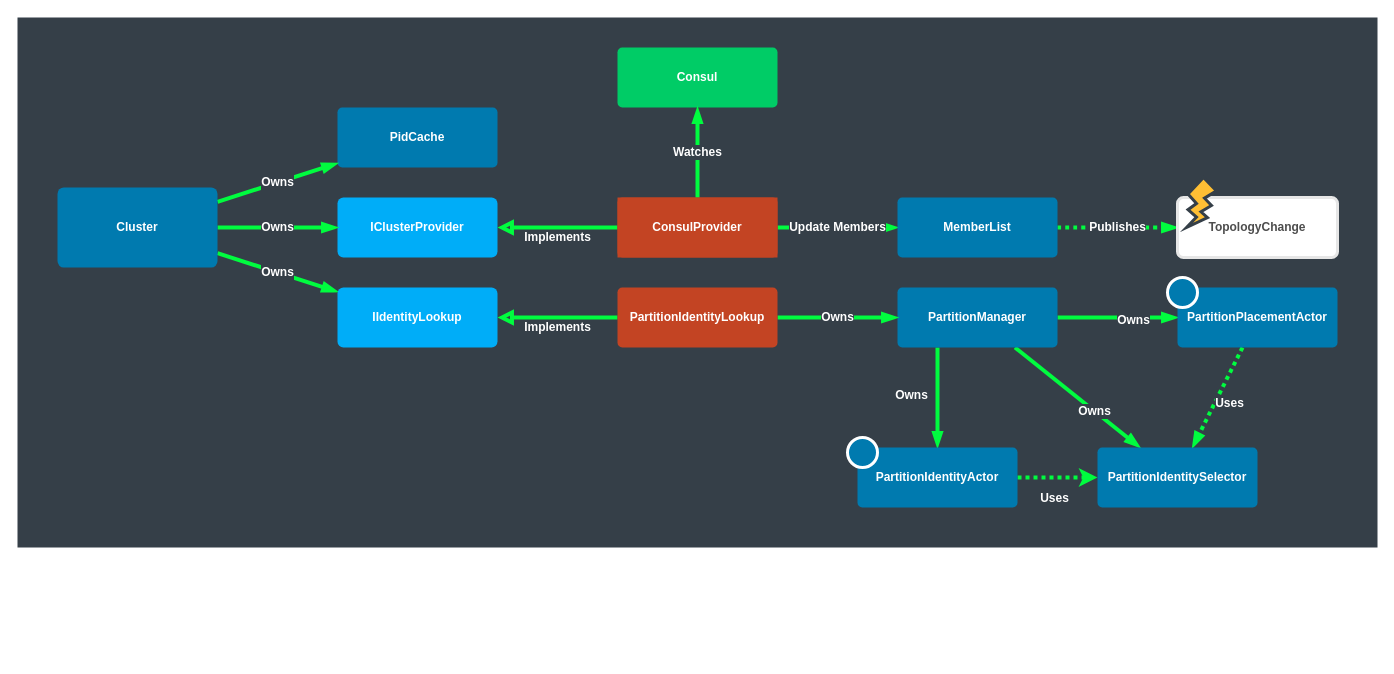
This is page "cluster-architecture" (13 of 13) of hugo/content/docs/cluster/intro/clusterintro.drawio from asynkron/protoactor-website, a draw.io file, before an edit. Source tidied: cells renumbered, new cells numbered last; positions are measured from the earlier drawing's top-left corner, leaving out a move shared by most shapes. Both pictures are drawn from the tidied source at 100%, with x=0, y=0 at pixel (17, 17).
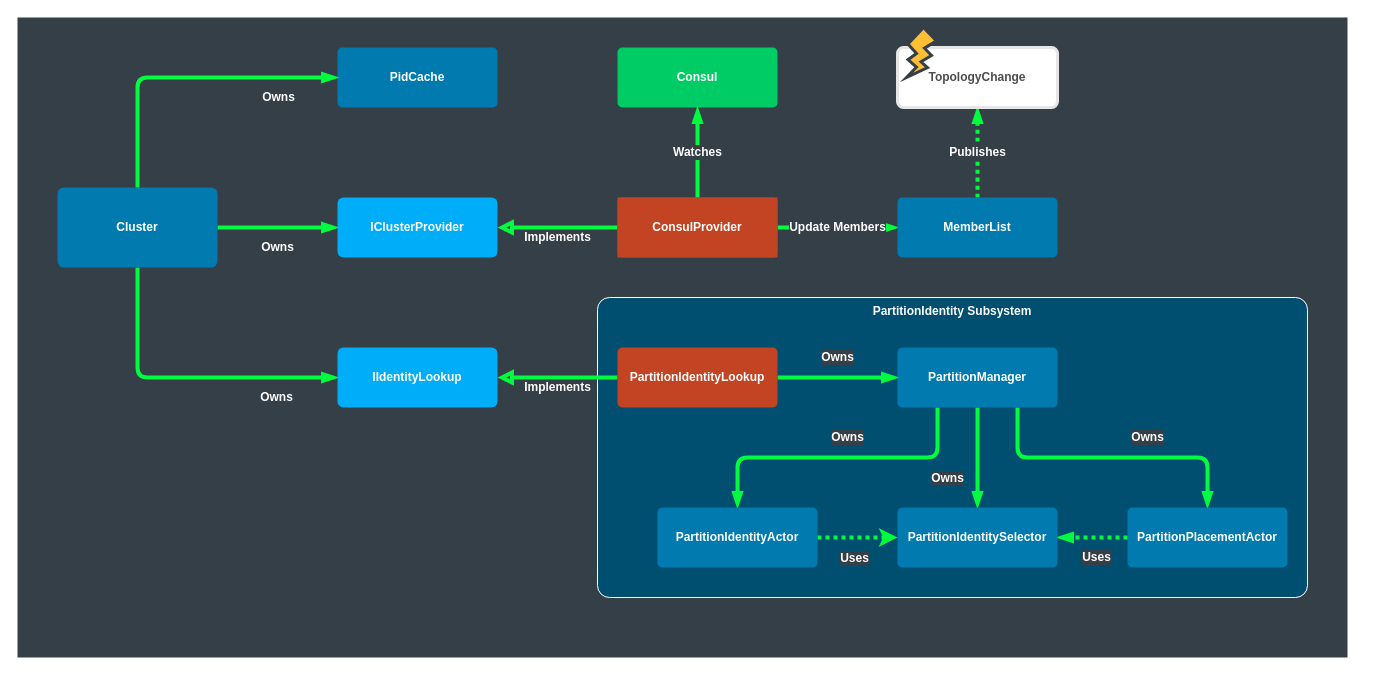
The same page after the edit.

Unchanged cells that the change refers to:
```xml
<mxCell id="4" value="IClusterProvider" style="rounded=1;whiteSpace=wrap;html=1;strokeColor=none;fontStyle=1;fontColor=#FFFFFF;fillColor=#00ADF8;arcSize=10;" parent="1" vertex="1">
  <mxGeometry x="320" y="180" width="160" height="60" as="geometry" />
</mxCell>
<mxCell id="18" value="Cluster" style="rounded=1;whiteSpace=wrap;html=1;fontStyle=1;strokeColor=none;fontColor=#FFFFFF;fillColor=#007AAF;arcSize=8;" parent="1" vertex="1">
  <mxGeometry x="40" y="170" width="160" height="80" as="geometry" />
</mxCell>
```

Diff of the diagram source:
```diff
@@
     <mxCell id="2" style="rounded=0;whiteSpace=wrap;html=1;fontColor=#FFFFFF;strokeColor=none;fillColor=#353F48;" parent="1" vertex="1">
-      <mxGeometry width="1360" height="530" as="geometry" />
+      <mxGeometry width="1330" height="640" as="geometry" />
     </mxCell>
+    <mxCell id="35" value="PartitionIdentity Subsystem" style="rounded=1;whiteSpace=wrap;html=1;shadow=0;glass=0;strokeWidth=1;fontSize=12;arcSize=4;verticalAlign=top;fontColor=#FFFFFF;fontStyle=1;fillColor=#004F70;strokeColor=#FFFFFF;" parent="1" vertex="1">
+      <mxGeometry x="580" y="280" width="710" height="300" as="geometry" />
+    </mxCell>
@@
     <mxCell id="8" value="PidCache" style="rounded=1;whiteSpace=wrap;html=1;fontStyle=1;strokeColor=none;fontColor=#FFFFFF;fillColor=#007AAF;arcSize=8;" parent="1" vertex="1">
-      <mxGeometry x="320" y="90" width="160" height="60" as="geometry" />
+      <mxGeometry x="320" y="30" width="160" height="60" as="geometry" />
     </mxCell>
-    <mxCell id="9" value="Owns" style="rounded=0;jettySize=auto;html=1;exitX=0.25;exitY=1;exitDx=0;exitDy=0;entryX=0.5;entryY=0;entryDx=0;entryDy=0;endArrow=blockThin;endFill=1;strokeColor=#00FC3F;strokeWidth=4;fontStyle=1;fontColor=#FFFFFF;labelBackgroundColor=#353F48;fontSize=12;" parent="1" edge="1" source="12" target="14">
-      <mxGeometry x="-0.04" y="-26" relative="1" as="geometry" />
+    <mxCell id="9" value="Owns" style="rounded=1;jettySize=auto;html=1;exitX=0.25;exitY=1;exitDx=0;exitDy=0;entryX=0.5;entryY=0;entryDx=0;entryDy=0;endArrow=blockThin;endFill=1;strokeColor=#00FC3F;strokeWidth=4;fontStyle=1;fontColor=#FFFFFF;labelBackgroundColor=#353F48;fontSize=12;edgeStyle=orthogonalEdgeStyle;" parent="1" edge="1" source="12" target="14">
+      <mxGeometry x="-0.07" y="-20" relative="1" as="geometry" />
     </mxCell>
-    <mxCell id="10" value="Owns" style="edgeStyle=none;rounded=0;jettySize=auto;html=1;strokeColor=#00FC3F;strokeWidth=4;fontStyle=1;fontColor=#FFFFFF;labelBackgroundColor=#353F48;fontSize=12;endArrow=blockThin;endFill=1;" parent="1" edge="1" source="12" target="23">
-      <mxGeometry x="0.26" y="-3" relative="1" as="geometry" />
+    <mxCell id="10" value="Owns" style="edgeStyle=orthogonalEdgeStyle;rounded=1;jettySize=auto;html=1;strokeColor=#00FC3F;strokeWidth=4;fontStyle=1;fontColor=#FFFFFF;labelBackgroundColor=#353F48;fontSize=12;endArrow=blockThin;endFill=1;entryX=0.5;entryY=0;entryDx=0;entryDy=0;exitX=0.75;exitY=1;exitDx=0;exitDy=0;" parent="1" edge="1" source="12" target="23">
+      <mxGeometry x="0.24" y="20" relative="1" as="geometry" />
     </mxCell>
     <mxCell id="11" value="Owns" style="rounded=0;jettySize=auto;html=1;strokeColor=#00FC3F;strokeWidth=4;fontStyle=1;fontColor=#FFFFFF;labelBackgroundColor=#353F48;fontSize=12;endArrow=blockThin;endFill=1;" parent="1" edge="1" source="12" target="24">
-      <mxGeometry x="0.27" relative="1" as="geometry" />
+      <mxGeometry x="0.4" y="-30" relative="1" as="geometry">
+        <mxPoint y="1" as="offset" />
+      </mxGeometry>
     </mxCell>
     <mxCell id="12" value="PartitionManager" style="rounded=1;whiteSpace=wrap;html=1;fontStyle=1;strokeColor=none;fontColor=#FFFFFF;fillColor=#007AAF;arcSize=8;" parent="1" vertex="1">
-      <mxGeometry x="880" y="270" width="160" height="60" as="geometry" />
+      <mxGeometry x="880" y="330" width="160" height="60" as="geometry" />
     </mxCell>
@@
     <mxCell id="14" value="PartitionIdentityActor" style="rounded=1;whiteSpace=wrap;html=1;fontStyle=1;strokeColor=none;fontColor=#FFFFFF;fillColor=#007AAF;arcSize=8;" parent="1" vertex="1">
-      <mxGeometry x="840" y="430" width="160" height="60" as="geometry" />
+      <mxGeometry x="640" y="490" width="160" height="60" as="geometry" />
     </mxCell>
     <mxCell id="15" value="Owns" style="rounded=0;jettySize=auto;html=1;endArrow=blockThin;endFill=1;strokeColor=#00FC3F;strokeWidth=4;fontStyle=1;fontColor=#FFFFFF;labelBackgroundColor=#353F48;fontSize=12;" parent="1" edge="1" source="18" target="4">
-      <mxGeometry relative="1" as="geometry" />
+      <mxGeometry y="-20" relative="1" as="geometry" />
     </mxCell>
-    <mxCell id="16" value="Owns" style="edgeStyle=none;rounded=0;jettySize=auto;html=1;endArrow=blockThin;endFill=1;strokeColor=#00FC3F;strokeWidth=4;fontStyle=1;fontColor=#FFFFFF;labelBackgroundColor=#353F48;fontSize=12;" parent="1" edge="1" source="18" target="19">
-      <mxGeometry relative="1" as="geometry" />
+    <mxCell id="16" value="Owns" style="edgeStyle=orthogonalEdgeStyle;rounded=1;jettySize=auto;html=1;endArrow=blockThin;endFill=1;strokeColor=#00FC3F;strokeWidth=4;fontStyle=1;fontColor=#FFFFFF;labelBackgroundColor=#353F48;fontSize=12;" parent="1" edge="1" source="18" target="19">
+      <mxGeometry x="0.61" y="-20" relative="1" as="geometry">
+        <Array as="points">
+          <mxPoint x="120" y="360" />
+        </Array>
+        <mxPoint x="-1" as="offset" />
+      </mxGeometry>
     </mxCell>
-    <mxCell id="17" value="Owns" style="edgeStyle=none;rounded=0;jettySize=auto;html=1;endArrow=blockThin;endFill=1;strokeColor=#00FC3F;strokeWidth=4;fontStyle=1;fontColor=#FFFFFF;labelBackgroundColor=#353F48;fontSize=12;" parent="1" edge="1" source="18" target="8">
-      <mxGeometry relative="1" as="geometry" />
+    <mxCell id="17" value="Owns" style="edgeStyle=orthogonalEdgeStyle;rounded=1;jettySize=auto;html=1;endArrow=blockThin;endFill=1;strokeColor=#00FC3F;strokeWidth=4;fontStyle=1;fontColor=#FFFFFF;labelBackgroundColor=#353F48;fontSize=12;" parent="1" edge="1" source="18" target="8">
+      <mxGeometry x="0.61" y="-20" relative="1" as="geometry">
+        <Array as="points">
+          <mxPoint x="120" y="60" />
+        </Array>
+        <mxPoint x="1" as="offset" />
+      </mxGeometry>
     </mxCell>
@@
     <mxCell id="19" value="IIdentityLookup" style="rounded=1;whiteSpace=wrap;html=1;strokeColor=none;fontStyle=1;fontColor=#FFFFFF;fillColor=#00ADF8;arcSize=10;" parent="1" vertex="1">
-      <mxGeometry x="320" y="270" width="160" height="60" as="geometry" />
+      <mxGeometry x="320" y="330" width="160" height="60" as="geometry" />
     </mxCell>
     <mxCell id="20" value="Owns" style="edgeStyle=none;rounded=0;jettySize=auto;html=1;endArrow=blockThin;endFill=1;strokeColor=#00FC3F;strokeWidth=4;fontStyle=1;fontColor=#FFFFFF;labelBackgroundColor=#353F48;fontSize=12;" parent="1" edge="1" source="25" target="12">
-      <mxGeometry relative="1" as="geometry" />
+      <mxGeometry y="20" relative="1" as="geometry" />
     </mxCell>
@@
     <mxCell id="22" value="Uses" style="edgeStyle=none;rounded=0;jettySize=auto;html=1;dashed=1;dashPattern=1 1;strokeColor=#00FC3F;strokeWidth=4;fontStyle=1;fontColor=#FFFFFF;labelBackgroundColor=#353F48;fontSize=12;endArrow=blockThin;endFill=1;" parent="1" edge="1" source="23" target="24">
-      <mxGeometry y="14" relative="1" as="geometry" />
+      <mxGeometry x="-0.14" y="20" relative="1" as="geometry">
+        <mxPoint x="-1" as="offset" />
+      </mxGeometry>
     </mxCell>
     <mxCell id="23" value="PartitionPlacementActor" style="rounded=1;whiteSpace=wrap;html=1;fontStyle=1;strokeColor=none;fontColor=#FFFFFF;fillColor=#007AAF;arcSize=8;" parent="1" vertex="1">
-      <mxGeometry x="1160" y="270" width="160" height="60" as="geometry" />
+      <mxGeometry x="1110" y="490" width="160" height="60" as="geometry" />
     </mxCell>
     <mxCell id="24" value="PartitionIdentitySelector" style="rounded=1;whiteSpace=wrap;html=1;fontStyle=1;strokeColor=none;fontColor=#FFFFFF;fillColor=#007AAF;arcSize=8;" parent="1" vertex="1">
-      <mxGeometry x="1080" y="430" width="160" height="60" as="geometry" />
+      <mxGeometry x="880" y="490" width="160" height="60" as="geometry" />
     </mxCell>
     <mxCell id="25" value="PartitionIdentityLookup" style="rounded=1;whiteSpace=wrap;html=1;fontStyle=1;strokeColor=none;fontColor=#FFFFFF;arcSize=8;fillColor=#C34423;" parent="1" vertex="1">
-      <mxGeometry x="600" y="270" width="160" height="60" as="geometry" />
+      <mxGeometry x="600" y="330" width="160" height="60" as="geometry" />
     </mxCell>
@@
-    <mxCell id="27" style="ellipse;whiteSpace=wrap;html=1;strokeWidth=3;fontColor=#FFFFFF;fontStyle=1;fillColor=#007AAF;strokeColor=#FFFFFF;" parent="1" vertex="1">
-      <mxGeometry x="830" y="420" width="30" height="30" as="geometry" />
-    </mxCell>
-    <mxCell id="28" style="ellipse;whiteSpace=wrap;html=1;strokeWidth=3;fontColor=#FFFFFF;fontStyle=1;fillColor=#007AAF;strokeColor=#FFFFFF;" parent="1" vertex="1">
-      <mxGeometry x="1150" y="260" width="30" height="30" as="geometry" />
-    </mxCell>
@@
     <mxCell id="32" style="group;" parent="1" vertex="1">
-      <mxGeometry x="1160" y="160" width="160" height="80" as="geometry" />
+      <mxGeometry x="880" y="10" width="160" height="80" as="geometry" />
     </mxCell>
```
